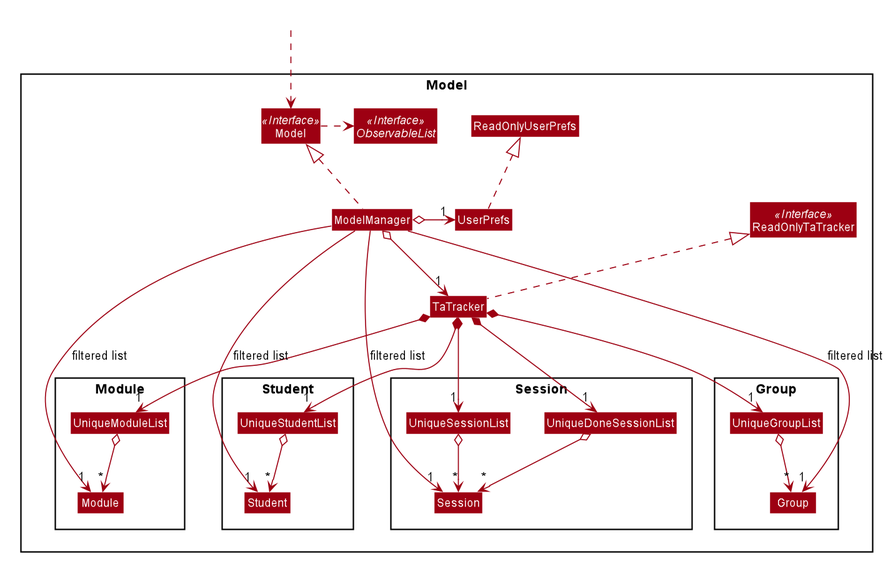
aakanksha-rai/main keeps this PlantUML diagram as images/ModelClassDiagram.png. Above is the earlier version. Source of this version:
```plantuml
@startuml








skinparam BackgroundColor #FFFFFFF

skinparam Shadowing false

skinparam Class {
    FontColor #FFFFFF
    BorderThickness 1
    BorderColor #FFFFFF
    StereotypeFontColor #FFFFFF
    FontName Arial
}

skinparam Actor {
    BorderColor #000000
    Color #000000
    FontName Arial
}

skinparam Sequence {
    MessageAlign center
    BoxFontSize 15
    BoxPadding 0
    BoxFontColor #FFFFFF
    FontName Arial
}

skinparam Participant {
    FontColor #FFFFFFF
    Padding 20
}

skinparam MinClassWidth 50
skinparam ParticipantPadding 10
skinparam Shadowing false
skinparam DefaultTextAlignment center
skinparam packageStyle Rectangle

hide footbox
hide members
hide circle
skinparam arrowThickness 1.1
skinparam arrowColor #9D0012
skinparam classBackgroundColor #9D0012

Package Model <<Rectangle>>{
Interface ReadOnlyTaTracker <<Interface>>
Interface Model <<Interface>>
Interface ObservableList <<Interface>>
Class TaTracker
Class ReadOnlyTaTracker
Class Model
Class ModelManager
Class UserPrefs
Class ReadOnlyUserPrefs

Package Student {
Class Student
Class UniqueStudentList
}

Package Session {
Class Session
Class UniqueSessionList
Class UniqueDoneSessionList
}

Package Group {
Class Group
Class UniqueGroupList
}

Package Module {
Class Module
Class UniqueModuleList
}

}

Class HiddenOutside #FFFFFF
HiddenOutside ..> Model

TaTracker .up.|> ReadOnlyTaTracker

ModelManager .up.|> Model
Model .right.> ObservableList
ModelManager o--> "1" TaTracker
ModelManager o-left-> "1" UserPrefs
UserPrefs .up.|> ReadOnlyUserPrefs

TaTracker *--> "1" UniqueStudentList
UniqueStudentList o--> "*" Student
TaTracker *--> "1" UniqueModuleList
UniqueModuleList o--> "*" Module
TaTracker *--> "1" UniqueGroupList
UniqueGroupList o--> "*" Group
TaTracker *--> "1" UniqueSessionList
UniqueSessionList o-down-> "*" Session
TaTracker *--> "1" UniqueDoneSessionList
UniqueDoneSessionList o-down-> "*" Session

ModelManager -->"1" Student : filtered list
ModelManager -->"1" Module : filtered list
ModelManager -->"1" Group : filtered list
ModelManager -right->"1" Session : filtered list

@enduml
```
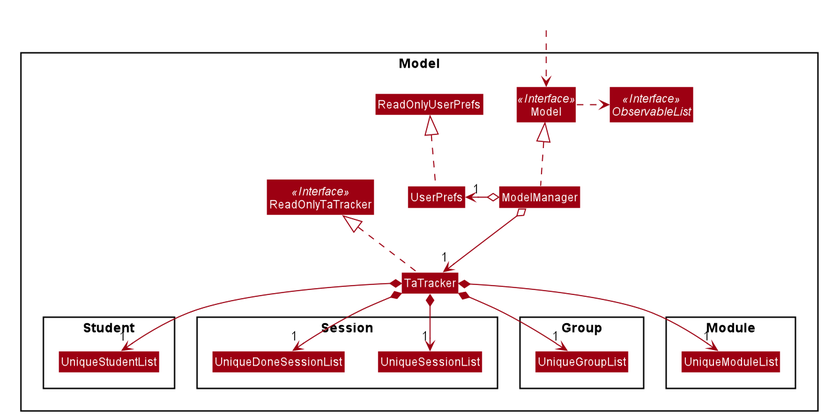
The same file after the commit.

The edit, as a diff of the source:
```diff
@@ -63,23 +63,19 @@
 Class ReadOnlyUserPrefs
 
 Package Student {
-Class Student
 Class UniqueStudentList
 }
 
 Package Session {
-Class Session
 Class UniqueSessionList
 Class UniqueDoneSessionList
 }
 
 Package Group {
-Class Group
 Class UniqueGroupList
 }
 
 Package Module {
-Class Module
 Class UniqueModuleList
 }
 
@@ -97,19 +93,9 @@
 UserPrefs .up.|> ReadOnlyUserPrefs
 
 TaTracker *--> "1" UniqueStudentList
-UniqueStudentList o--> "*" Student
 TaTracker *--> "1" UniqueModuleList
-UniqueModuleList o--> "*" Module
 TaTracker *--> "1" UniqueGroupList
-UniqueGroupList o--> "*" Group
 TaTracker *--> "1" UniqueSessionList
-UniqueSessionList o-down-> "*" Session
 TaTracker *--> "1" UniqueDoneSessionList
-UniqueDoneSessionList o-down-> "*" Session
-
-ModelManager -->"1" Student : filtered list
-ModelManager -->"1" Module : filtered list
-ModelManager -->"1" Group : filtered list
-ModelManager -right->"1" Session : filtered list
 
 @enduml
```
